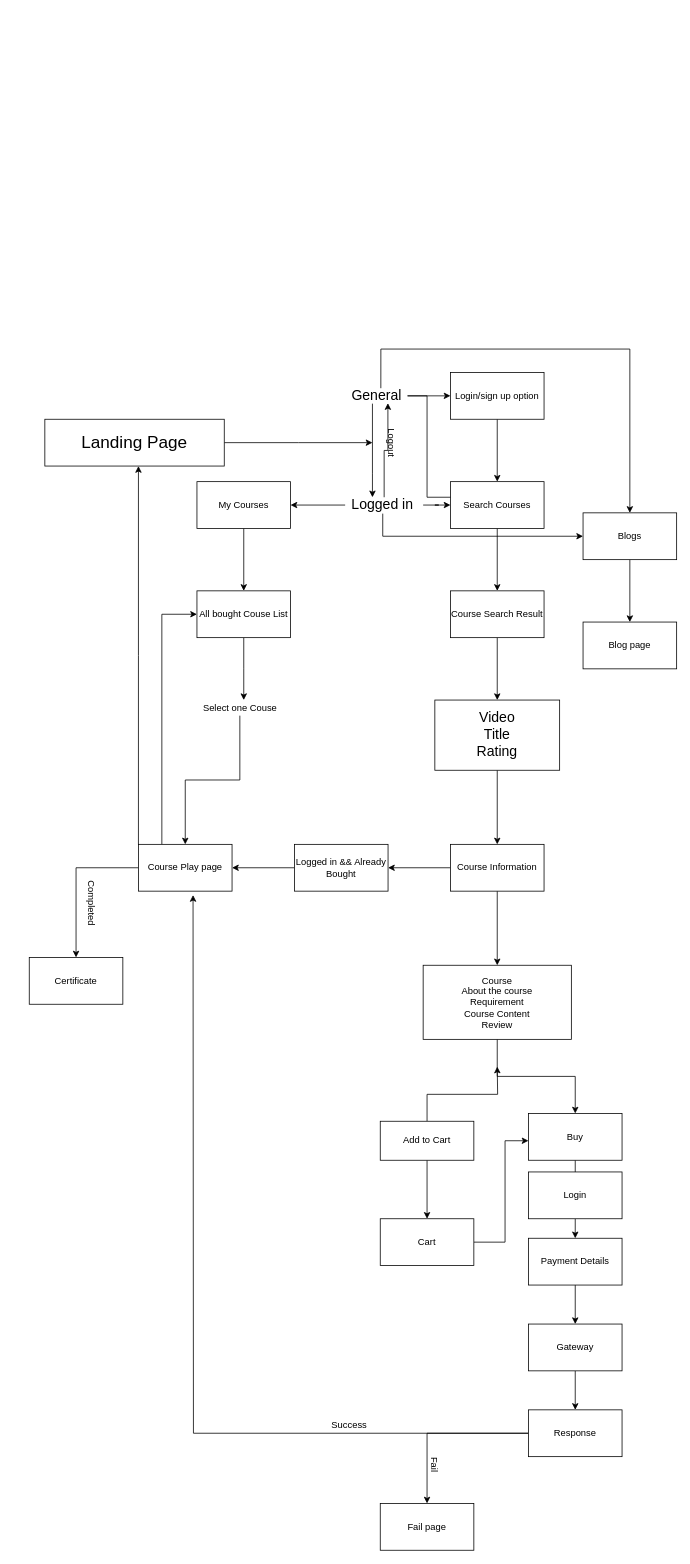
Above: Untitled Diagram.drawio in imranbarbhuiya/Nextjs-ejs-express-website (draw.io), before the change. Source tidied: cells renumbered, new cells numbered last; positions are measured from the earlier drawing's top-left corner, leaving out a move shared by most shapes. Both pictures are drawn from the tidied source at 78%, with x=0, y=0 at pixel (29, 349).
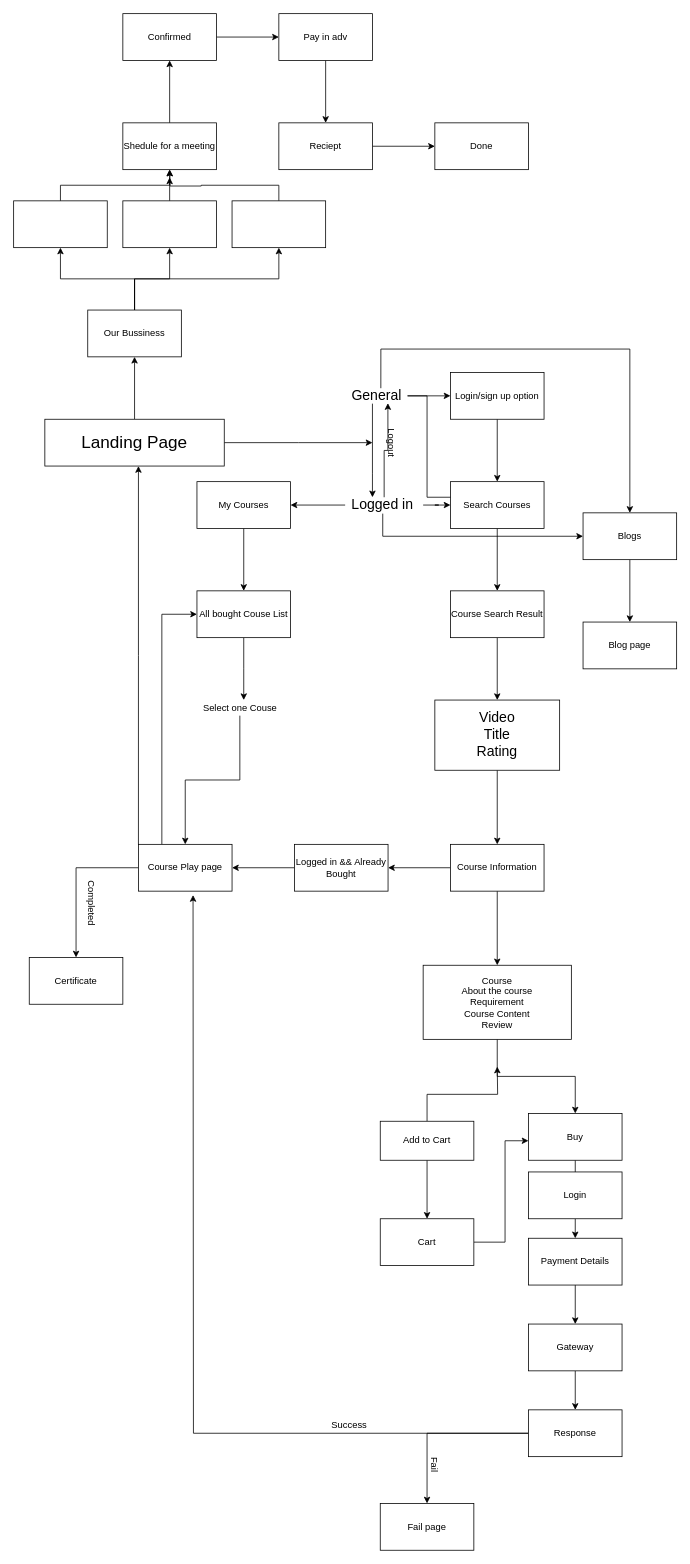
The same diagram, later.

Unchanged cells that the change refers to:
```xml
<mxCell id="3" value="&lt;font style=&quot;font-size: 22px&quot;&gt;Landing Page&lt;/font&gt;" style="rounded=0;whiteSpace=wrap;html=1;" parent="1" vertex="1">
  <mxGeometry x="20" y="90" width="230" height="60" as="geometry" />
</mxCell>
```

The edit, as a diff of the source:
```diff
@@
+    <mxCell id="64" style="edgeStyle=orthogonalEdgeStyle;rounded=0;jettySize=auto;html=1;" parent="1" edge="1" source="3" target="68">
+      <mxGeometry relative="1" as="geometry" />
+    </mxCell>
@@
+    <mxCell id="65" style="edgeStyle=orthogonalEdgeStyle;rounded=0;jettySize=auto;html=1;" parent="1" edge="1" source="68" target="70">
+      <mxGeometry relative="1" as="geometry" />
+    </mxCell>
+    <mxCell id="66" style="edgeStyle=orthogonalEdgeStyle;rounded=0;jettySize=auto;html=1;exitX=0.5;exitY=0;exitDx=0;exitDy=0;entryX=0.5;entryY=1;entryDx=0;entryDy=0;" parent="1" edge="1" source="68" target="72">
+      <mxGeometry relative="1" as="geometry" />
+    </mxCell>
+    <mxCell id="67" style="edgeStyle=orthogonalEdgeStyle;rounded=0;jettySize=auto;html=1;exitX=0.5;exitY=0;exitDx=0;exitDy=0;entryX=0.5;entryY=1;entryDx=0;entryDy=0;" parent="1" edge="1" source="68" target="74">
+      <mxGeometry relative="1" as="geometry" />
+    </mxCell>
+    <mxCell id="68" value="Our Bussiness" style="whiteSpace=wrap;html=1;rounded=0;" parent="1" vertex="1">
+      <mxGeometry x="75" y="-50" width="120" height="60" as="geometry" />
+    </mxCell>
+    <mxCell id="69" style="edgeStyle=orthogonalEdgeStyle;rounded=0;jettySize=auto;html=1;exitX=0.5;exitY=0;exitDx=0;exitDy=0;" parent="1" edge="1" source="70">
+      <mxGeometry relative="1" as="geometry">
+        <mxPoint x="180" y="-220" as="targetPoint" />
+        <Array as="points">
+          <mxPoint x="40" y="-210" />
+          <mxPoint x="180" y="-210" />
+        </Array>
+      </mxGeometry>
+    </mxCell>
+    <mxCell id="70" style="whiteSpace=wrap;html=1;rounded=0;" parent="1" vertex="1">
+      <mxGeometry x="-20" y="-190" width="120" height="60" as="geometry" />
+    </mxCell>
+    <mxCell id="71" style="edgeStyle=orthogonalEdgeStyle;rounded=0;jettySize=auto;html=1;exitX=0.5;exitY=0;exitDx=0;exitDy=0;" parent="1" edge="1" source="72">
+      <mxGeometry relative="1" as="geometry">
+        <mxPoint x="180" y="-230" as="targetPoint" />
+      </mxGeometry>
+    </mxCell>
+    <mxCell id="72" style="whiteSpace=wrap;html=1;rounded=0;" parent="1" vertex="1">
+      <mxGeometry x="120" y="-190" width="120" height="60" as="geometry" />
+    </mxCell>
+    <mxCell id="73" style="edgeStyle=orthogonalEdgeStyle;rounded=0;jettySize=auto;html=1;exitX=0.5;exitY=0;exitDx=0;exitDy=0;" parent="1" edge="1" source="74">
+      <mxGeometry relative="1" as="geometry">
+        <mxPoint x="180" y="-230" as="targetPoint" />
+      </mxGeometry>
+    </mxCell>
+    <mxCell id="74" style="whiteSpace=wrap;html=1;rounded=0;" parent="1" vertex="1">
+      <mxGeometry x="260" y="-190" width="120" height="60" as="geometry" />
+    </mxCell>
+    <mxCell id="75" style="edgeStyle=orthogonalEdgeStyle;rounded=0;jettySize=auto;html=1;" parent="1" edge="1" source="76" target="78">
+      <mxGeometry relative="1" as="geometry" />
+    </mxCell>
+    <mxCell id="76" value="Shedule for a meeting" style="whiteSpace=wrap;html=1;" parent="1" vertex="1">
+      <mxGeometry x="120" y="-290" width="120" height="60" as="geometry" />
+    </mxCell>
+    <mxCell id="77" style="edgeStyle=orthogonalEdgeStyle;rounded=0;jettySize=auto;html=1;" parent="1" edge="1" source="78" target="80">
+      <mxGeometry relative="1" as="geometry" />
+    </mxCell>
+    <mxCell id="78" value="Confirmed" style="whiteSpace=wrap;html=1;" parent="1" vertex="1">
+      <mxGeometry x="120" y="-430" width="120" height="60" as="geometry" />
+    </mxCell>
+    <mxCell id="79" style="edgeStyle=orthogonalEdgeStyle;rounded=0;jettySize=auto;html=1;" parent="1" edge="1" source="80" target="82">
+      <mxGeometry relative="1" as="geometry" />
+    </mxCell>
+    <mxCell id="80" value="Pay in adv" style="whiteSpace=wrap;html=1;" parent="1" vertex="1">
+      <mxGeometry x="320" y="-430" width="120" height="60" as="geometry" />
+    </mxCell>
+    <mxCell id="81" style="edgeStyle=orthogonalEdgeStyle;rounded=0;jettySize=auto;html=1;" parent="1" edge="1" source="82" target="83">
+      <mxGeometry relative="1" as="geometry" />
+    </mxCell>
+    <mxCell id="82" value="Reciept" style="whiteSpace=wrap;html=1;" parent="1" vertex="1">
+      <mxGeometry x="320" y="-290" width="120" height="60" as="geometry" />
+    </mxCell>
+    <mxCell id="83" value="Done" style="whiteSpace=wrap;html=1;" parent="1" vertex="1">
+      <mxGeometry x="520" y="-290" width="120" height="60" as="geometry" />
+    </mxCell>
```
